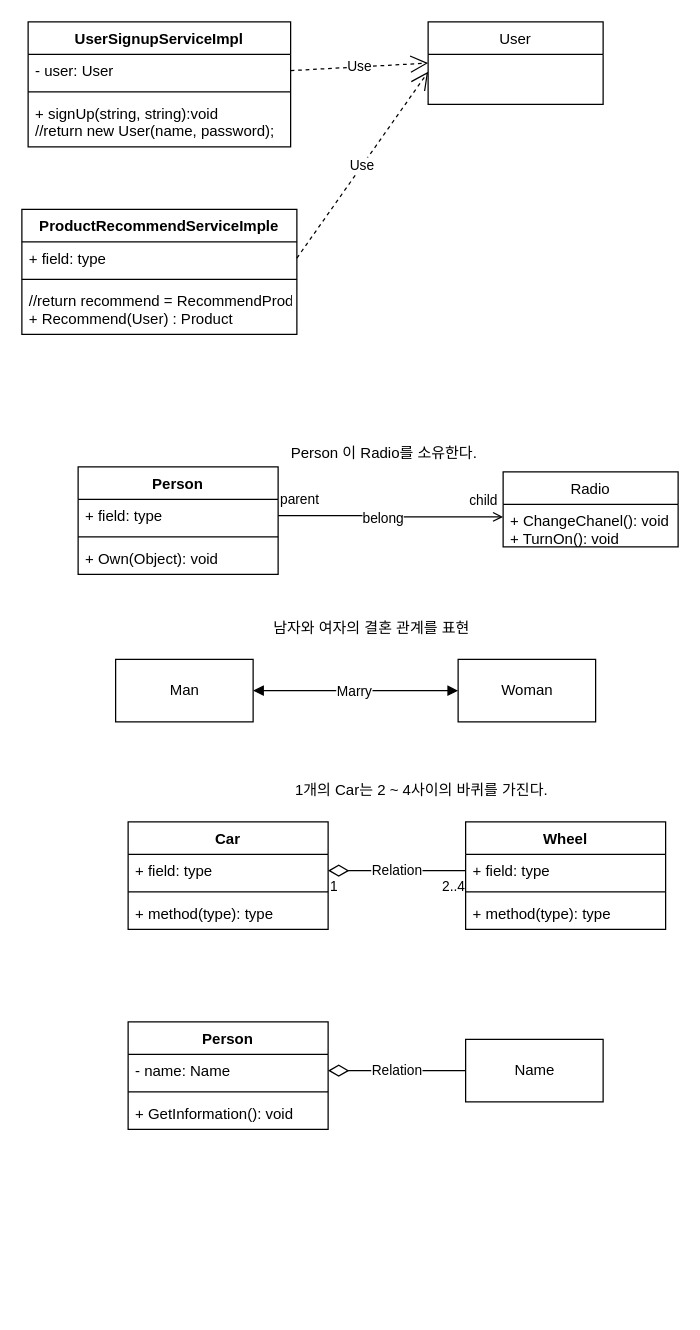
The draw.io diagram UML/FirstDiagram.drawio in rjh211/Nomad-Coders-Study, before the edit. Source tidied: cells renumbered, new cells numbered last; positions are measured from the earlier drawing's top-left corner, leaving out a move shared by most shapes. Both pictures are drawn from the tidied source at 125%, with x=0, y=0 at pixel (21, 21).
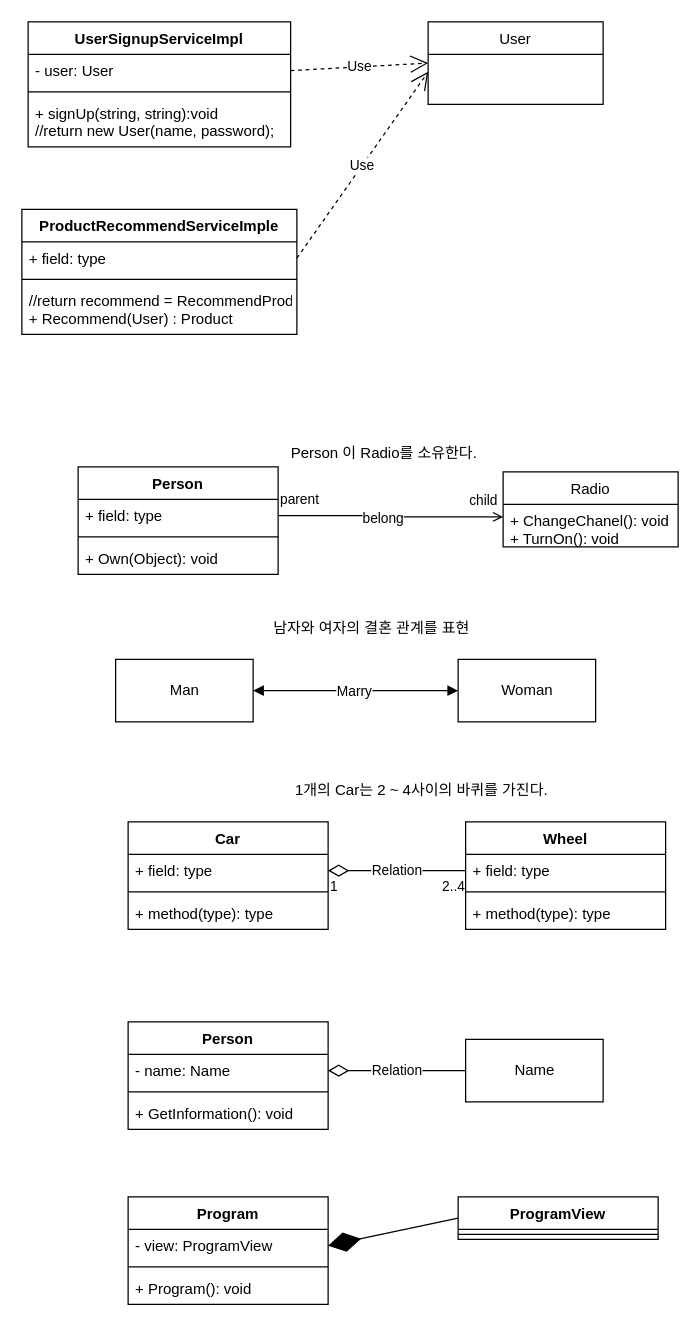
The same diagram, later.

Commit message:
Add Composition Relationship

What changed in the source:
```diff
@@
+    <mxCell id="47" value="Program" style="swimlane;fontStyle=1;align=center;verticalAlign=top;horizontal=1;startSize=26;" parent="1" vertex="1">
+      <mxGeometry x="85" y="940" width="160" height="86" as="geometry" />
+    </mxCell>
+    <mxCell id="48" value="- view: ProgramView" style="text;strokeColor=none;fillColor=none;align=left;verticalAlign=top;spacingLeft=4;spacingRight=4;overflow=hidden;points=[[0,0.5],[1,0.5]];portConstraint=eastwest;" parent="47" vertex="1">
+      <mxGeometry y="26" width="160" height="26" as="geometry" />
+    </mxCell>
+    <mxCell id="49" style="line;strokeWidth=1;fillColor=none;align=left;verticalAlign=middle;spacingTop=-1;spacingLeft=3;spacingRight=3;labelPosition=right;strokeColor=inherit;" parent="47" vertex="1">
+      <mxGeometry y="52" width="160" height="8" as="geometry" />
+    </mxCell>
+    <mxCell id="50" value="+ Program(): void" style="text;strokeColor=none;fillColor=none;align=left;verticalAlign=top;spacingLeft=4;spacingRight=4;overflow=hidden;" parent="47" vertex="1">
+      <mxGeometry y="60" width="160" height="26" as="geometry" />
+    </mxCell>
+    <mxCell id="51" value="ProgramView" style="swimlane;fontStyle=1;align=center;verticalAlign=top;horizontal=1;startSize=26;" parent="1" vertex="1">
+      <mxGeometry x="349" y="940" width="160" height="34" as="geometry" />
+    </mxCell>
+    <mxCell id="52" style="line;strokeWidth=1;fillColor=none;align=left;verticalAlign=middle;spacingTop=-1;spacingLeft=3;spacingRight=3;labelPosition=right;strokeColor=inherit;" parent="51" vertex="1">
+      <mxGeometry y="26" width="160" height="8" as="geometry" />
+    </mxCell>
+    <mxCell id="53" style="endArrow=diamondThin;endFill=1;endSize=24;html=1;rounded=0;exitX=0;exitY=0.5;exitDx=0;exitDy=0;entryX=1;entryY=0.5;entryDx=0;entryDy=0;" parent="1" edge="1" source="51" target="48">
+      <mxGeometry relative="1" as="geometry" />
+    </mxCell>
```
